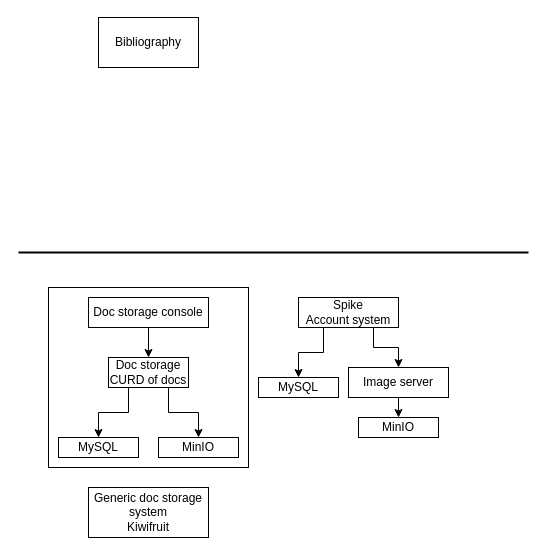
This is doc_hub.drawio from D15190304050/drawio_charts, a draw.io file, before an edit. Source tidied: cells renumbered, new cells numbered last; positions are measured from the earlier drawing's top-left corner, leaving out a move shared by most shapes. Both pictures are drawn from the tidied source at 100%, with x=0, y=0 at pixel (18, 17).
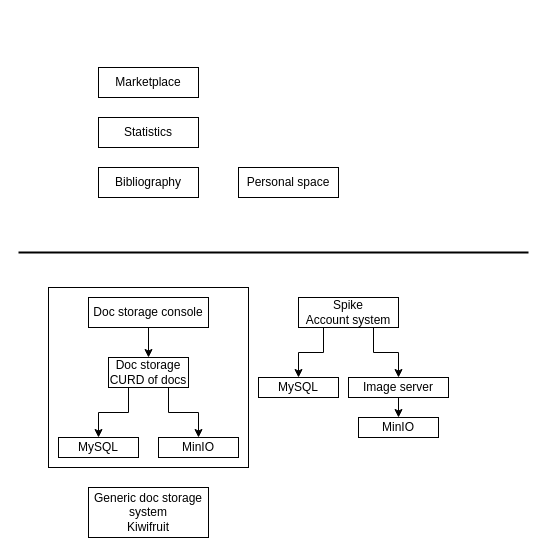
After the change.

The edit, as a diff of the source:
```diff
@@
     <mxCell id="12" value="Image server" style="rounded=0;whiteSpace=wrap;html=1;" parent="1" vertex="1">
-      <mxGeometry x="330" y="350" width="100" height="30" as="geometry" />
+      <mxGeometry x="330" y="360" width="100" height="20" as="geometry" />
     </mxCell>
@@
     <mxCell id="19" value="Bibliography&lt;br&gt;" style="rounded=0;whiteSpace=wrap;html=1;" parent="1" vertex="1">
-      <mxGeometry x="80" width="100" height="50" as="geometry" />
+      <mxGeometry x="80" y="150" width="100" height="30" as="geometry" />
     </mxCell>
+    <mxCell id="20" value="Statistics" style="rounded=0;whiteSpace=wrap;html=1;" parent="1" vertex="1">
+      <mxGeometry x="80" y="100" width="100" height="30" as="geometry" />
+    </mxCell>
+    <mxCell id="21" value="Marketplace" style="rounded=0;whiteSpace=wrap;html=1;" parent="1" vertex="1">
+      <mxGeometry x="80" y="50" width="100" height="30" as="geometry" />
+    </mxCell>
+    <mxCell id="22" value="Personal space" style="rounded=0;whiteSpace=wrap;html=1;" parent="1" vertex="1">
+      <mxGeometry x="220" y="150" width="100" height="30" as="geometry" />
+    </mxCell>
```
